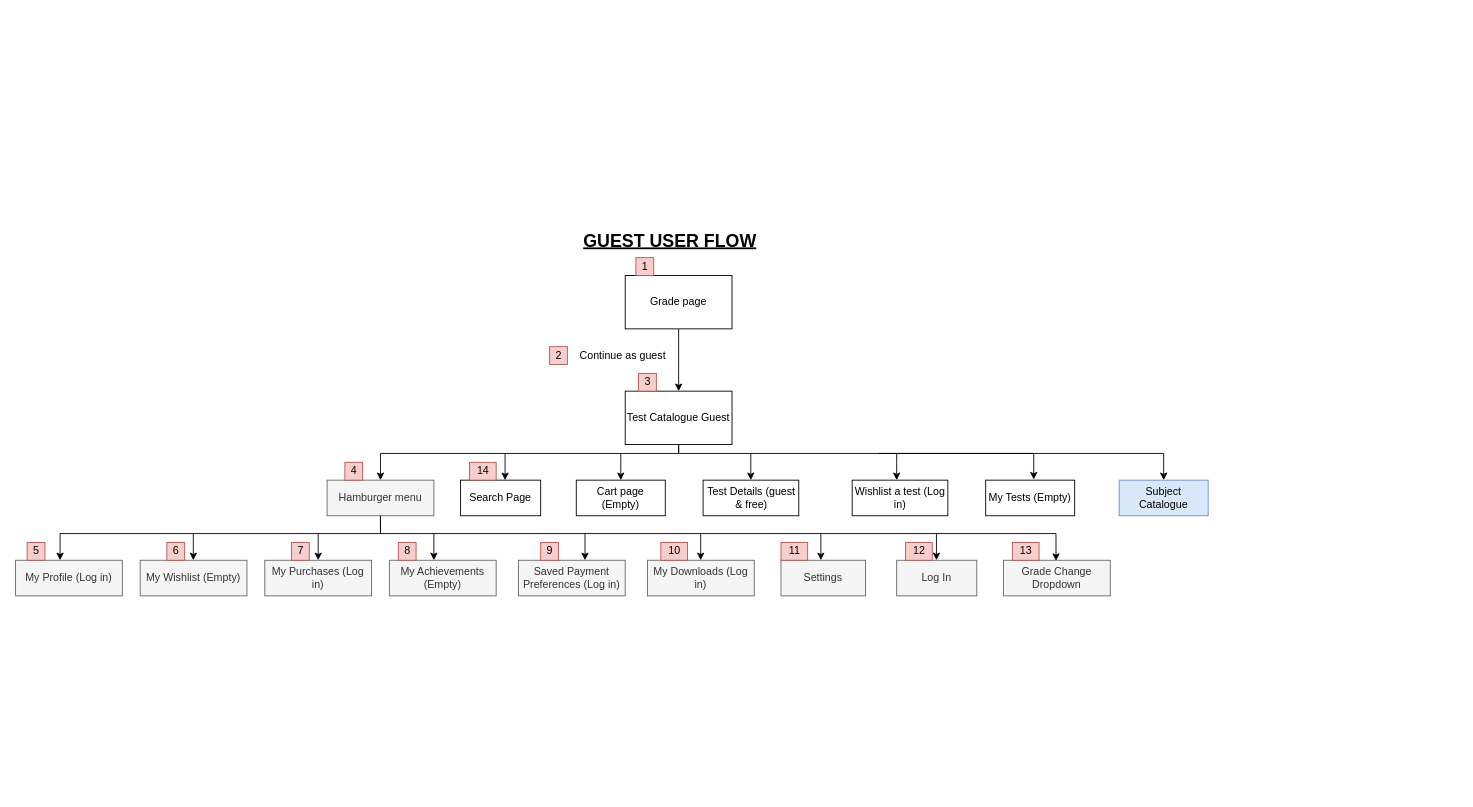
The draw.io diagram Untitled Diagram.drawio in NetraRk/Bookstore-website-html-css, before the edit. Source tidied: cells renumbered, new cells numbered last; positions are measured from the earlier drawing's top-left corner, leaving out a move shared by most shapes. Both pictures are drawn from the tidied source at 89%, with x=0, y=0 at pixel (15, 231).
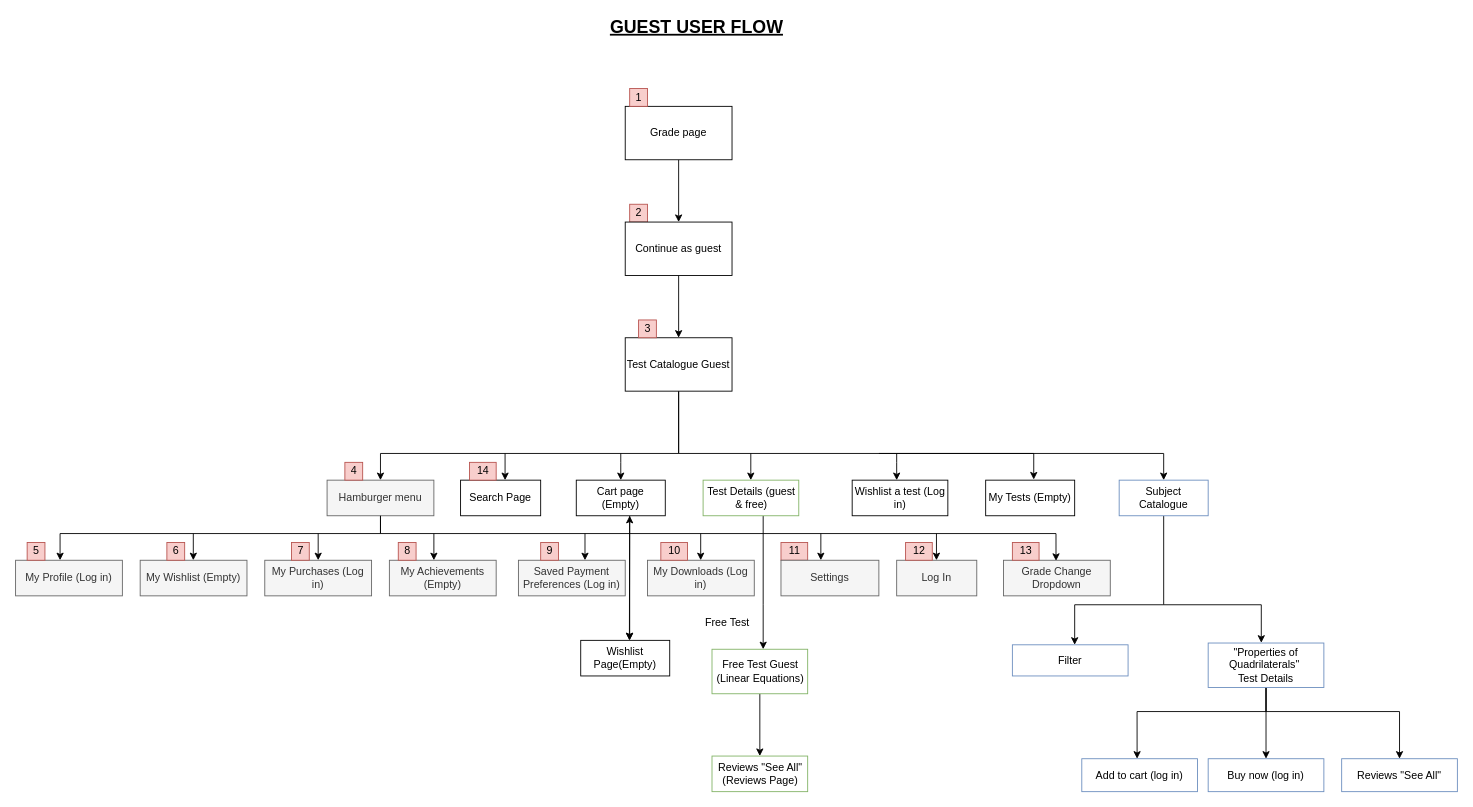
After the change.

Commit message:
Native App

The change refers to these unchanged cells:
```xml
<mxCell id="14" value="Cart page (Empty)" style="rounded=0;whiteSpace=wrap;html=1;" parent="1" vertex="1">
  <mxGeometry x="630" y="280" width="100" height="40" as="geometry" />
</mxCell>
```

Change to the diagram source:
```diff
@@
-    <mxCell id="2" style="edgeStyle=orthogonalEdgeStyle;rounded=0;jettySize=auto;html=1;" parent="1" edge="1" source="3" target="7">
+    <mxCell id="2" style="edgeStyle=orthogonalEdgeStyle;rounded=0;jettySize=auto;html=1;entryX=0.5;entryY=0;entryDx=0;entryDy=0;" parent="1" edge="1" source="3" target="8">
       <mxGeometry relative="1" as="geometry" />
     </mxCell>
     <mxCell id="3" value="Grade page" style="rounded=0;whiteSpace=wrap;html=1;" parent="1" vertex="1">
-      <mxGeometry x="685" y="50" width="120" height="60" as="geometry" />
+      <mxGeometry x="685" y="-140" width="120" height="60" as="geometry" />
     </mxCell>
     <mxCell id="4" value="&lt;font style=&quot;font-size: 20px&quot;&gt;&lt;b&gt;&lt;u&gt;GUEST USER FLOW&lt;/u&gt;&lt;/b&gt;&lt;/font&gt;" style="text;html=1;align=center;verticalAlign=middle;strokeColor=none;" parent="1" vertex="1">
-      <mxGeometry x="630" width="210" height="20" as="geometry" />
+      <mxGeometry x="660" y="-240" width="210" height="20" as="geometry" />
     </mxCell>
@@
     <mxCell id="7" value="Test Catalogue Guest" style="rounded=0;whiteSpace=wrap;html=1;" parent="1" vertex="1">
-      <mxGeometry x="685" y="180" width="120" height="60" as="geometry" />
+      <mxGeometry x="685" y="120" width="120" height="60" as="geometry" />
     </mxCell>
-    <mxCell id="8" value="Continue as guest" style="text;html=1;strokeColor=none;fillColor=none;align=center;verticalAlign=middle;whiteSpace=wrap;rounded=0;" parent="1" vertex="1">
-      <mxGeometry x="630" y="130" width="105" height="20" as="geometry" />
-    </mxCell>
@@
-    <mxCell id="10" value="Hamburger menu" style="rounded=0;whiteSpace=wrap;html=1;fillColor=#f5f5f5;strokeColor=#666666;fontColor=#333333;" parent="1" vertex="1">
+    <mxCell id="10" value="Hamburger menu" style="rounded=0;whiteSpace=wrap;html=1;strokeColor=#666666;fillColor=#f5f5f5;fontColor=#333333;" parent="1" vertex="1">
       <mxGeometry x="350" y="280" width="120" height="40" as="geometry" />
     </mxCell>
@@
+    <mxCell id="53" style="edgeStyle=orthogonalEdgeStyle;rounded=0;jettySize=auto;html=1;" parent="1" edge="1" source="14">
+      <mxGeometry relative="1" as="geometry">
+        <mxPoint x="690" y="460" as="targetPoint" />
+        <Array as="points">
+          <mxPoint x="690" y="460" />
+          <mxPoint x="690" y="460" />
+        </Array>
+      </mxGeometry>
+    </mxCell>
@@
+    <mxCell id="54" style="edgeStyle=orthogonalEdgeStyle;rounded=0;jettySize=auto;html=1;exitX=0.5;exitY=1;exitDx=0;exitDy=0;" parent="1" edge="1" source="15">
+      <mxGeometry relative="1" as="geometry">
+        <mxPoint x="1190" y="465" as="targetPoint" />
+        <Array as="points">
+          <mxPoint x="1290" y="420" />
+          <mxPoint x="1190" y="420" />
+          <mxPoint x="1190" y="465" />
+        </Array>
+      </mxGeometry>
+    </mxCell>
-    <mxCell id="15" value="Subject Catalogue" style="rounded=0;whiteSpace=wrap;html=1;fillColor=#dae8fc;strokeColor=#6c8ebf;" parent="1" vertex="1">
+    <mxCell id="15" value="Subject Catalogue" style="rounded=0;whiteSpace=wrap;html=1;strokeColor=#6c8ebf;fillColor=#FFFFFF;" parent="1" vertex="1">
       <mxGeometry x="1240" y="280" width="100" height="40" as="geometry" />
     </mxCell>
@@
+    <mxCell id="55" style="edgeStyle=orthogonalEdgeStyle;rounded=0;jettySize=auto;html=1;" parent="1" edge="1" source="19">
+      <mxGeometry relative="1" as="geometry">
+        <mxPoint x="840" y="470" as="targetPoint" />
+        <Array as="points">
+          <mxPoint x="840" y="420" />
+          <mxPoint x="840" y="420" />
+        </Array>
+      </mxGeometry>
+    </mxCell>
-    <mxCell id="19" value="Test Details (guest &amp;amp; free)" style="rounded=0;whiteSpace=wrap;html=1;" parent="1" vertex="1">
+    <mxCell id="19" value="Test Details (guest &amp;amp; free)" style="rounded=0;whiteSpace=wrap;html=1;strokeColor=#82b366;fillColor=#FFFFFF;" parent="1" vertex="1">
       <mxGeometry x="772.5" y="280" width="107.5" height="40" as="geometry" />
     </mxCell>
@@
-    <mxCell id="28" value="Settings" style="rounded=0;whiteSpace=wrap;html=1;fillColor=#f5f5f5;strokeColor=#666666;fontColor=#333333;" parent="1" vertex="1">
-      <mxGeometry x="860" y="370" width="95" height="40" as="geometry" />
-    </mxCell>
@@
     <mxCell id="39" value="1" style="text;html=1;align=center;verticalAlign=middle;strokeColor=#b85450;fillColor=#f8cecc;" parent="1" vertex="1">
-      <mxGeometry x="697" y="30" width="20" height="20" as="geometry" />
+      <mxGeometry x="690" y="-160" width="20" height="20" as="geometry" />
     </mxCell>
     <mxCell id="40" value="2" style="text;html=1;align=center;verticalAlign=middle;strokeColor=#b85450;fillColor=#f8cecc;" parent="1" vertex="1">
-      <mxGeometry x="600" y="130" width="20" height="20" as="geometry" />
+      <mxGeometry x="690" y="-30" width="20" height="20" as="geometry" />
     </mxCell>
     <mxCell id="41" value="3" style="text;html=1;align=center;verticalAlign=middle;strokeColor=#b85450;fillColor=#f8cecc;" parent="1" vertex="1">
-      <mxGeometry x="700" y="160" width="20" height="20" as="geometry" />
+      <mxGeometry x="700" y="100" width="20" height="20" as="geometry" />
     </mxCell>
@@
+    <mxCell id="56" style="edgeStyle=orthogonalEdgeStyle;rounded=0;jettySize=auto;html=1;" parent="1" edge="1" source="57" target="68">
+      <mxGeometry relative="1" as="geometry" />
+    </mxCell>
+    <mxCell id="57" value="Free Test Guest (Linear Equations)" style="rounded=0;whiteSpace=wrap;html=1;strokeColor=#82b366;fillColor=#FFFFFF;" parent="1" vertex="1">
+      <mxGeometry x="782.5" y="470" width="107.5" height="50" as="geometry" />
+    </mxCell>
+    <mxCell id="58" value="Free Test" style="text;html=1;strokeColor=none;fillColor=none;align=center;verticalAlign=middle;whiteSpace=wrap;rounded=0;" parent="1" vertex="1">
+      <mxGeometry x="770" y="430" width="60" height="20" as="geometry" />
+    </mxCell>
+    <mxCell id="59" value="Filter" style="rounded=0;whiteSpace=wrap;html=1;strokeColor=#6c8ebf;fillColor=#FFFFFF;" parent="1" vertex="1">
+      <mxGeometry x="1120" y="465" width="130" height="35" as="geometry" />
+    </mxCell>
+    <mxCell id="60" style="edgeStyle=orthogonalEdgeStyle;rounded=0;jettySize=auto;html=1;entryX=0.459;entryY=-0.005;entryDx=0;entryDy=0;entryPerimeter=0;" parent="1" edge="1" target="64">
+      <mxGeometry relative="1" as="geometry">
+        <mxPoint x="1290" y="420" as="sourcePoint" />
+        <Array as="points">
+          <mxPoint x="1400" y="420" />
+        </Array>
+      </mxGeometry>
+    </mxCell>
+    <mxCell id="61" style="edgeStyle=orthogonalEdgeStyle;rounded=0;jettySize=auto;html=1;" parent="1" edge="1" source="64" target="65">
+      <mxGeometry relative="1" as="geometry" />
+    </mxCell>
+    <mxCell id="62" style="edgeStyle=orthogonalEdgeStyle;rounded=0;jettySize=auto;html=1;entryX=0.478;entryY=0;entryDx=0;entryDy=0;entryPerimeter=0;" parent="1" edge="1" source="64" target="67">
+      <mxGeometry relative="1" as="geometry">
+        <Array as="points">
+          <mxPoint x="1405" y="540" />
+          <mxPoint x="1260" y="540" />
+        </Array>
+      </mxGeometry>
+    </mxCell>
+    <mxCell id="63" style="edgeStyle=orthogonalEdgeStyle;rounded=0;jettySize=auto;html=1;" parent="1" edge="1" source="64" target="66">
+      <mxGeometry relative="1" as="geometry">
+        <Array as="points">
+          <mxPoint x="1405" y="540" />
+          <mxPoint x="1555" y="540" />
+        </Array>
+      </mxGeometry>
+    </mxCell>
+    <mxCell id="64" value="&quot;Properties of Quadrilaterals&quot;&amp;nbsp;&lt;br&gt;Test Details" style="rounded=0;whiteSpace=wrap;html=1;strokeColor=#6c8ebf;fillColor=#FFFFFF;" parent="1" vertex="1">
+      <mxGeometry x="1340" y="463" width="130" height="50" as="geometry" />
+    </mxCell>
+    <mxCell id="28" value="Settings" style="rounded=0;whiteSpace=wrap;html=1;fillColor=#f5f5f5;strokeColor=#666666;fontColor=#333333;" parent="1" vertex="1">
+      <mxGeometry x="860" y="370" width="110" height="40" as="geometry" />
+    </mxCell>
+    <mxCell id="65" value="Buy now (log in)" style="rounded=0;whiteSpace=wrap;html=1;strokeColor=#6c8ebf;fillColor=#FFFFFF;" parent="1" vertex="1">
+      <mxGeometry x="1340" y="593" width="130" height="37" as="geometry" />
+    </mxCell>
+    <mxCell id="66" value="Reviews &quot;See All&quot;" style="rounded=0;whiteSpace=wrap;html=1;strokeColor=#6c8ebf;fillColor=#FFFFFF;" parent="1" vertex="1">
+      <mxGeometry x="1490" y="593" width="130" height="37" as="geometry" />
+    </mxCell>
+    <mxCell id="67" value="Add to cart (log in)" style="rounded=0;whiteSpace=wrap;html=1;strokeColor=#6c8ebf;fillColor=#FFFFFF;" parent="1" vertex="1">
+      <mxGeometry x="1198" y="593" width="130" height="37" as="geometry" />
+    </mxCell>
+    <mxCell id="68" value="Reviews &quot;See All&quot; (Reviews Page)" style="rounded=0;whiteSpace=wrap;html=1;strokeColor=#82b366;fillColor=#FFFFFF;" parent="1" vertex="1">
+      <mxGeometry x="782.5" y="590" width="107.5" height="40" as="geometry" />
+    </mxCell>
+    <mxCell id="69" value="Wishlist Page(Empty)" style="rounded=0;whiteSpace=wrap;html=1;" parent="1" vertex="1">
+      <mxGeometry x="635" y="460" width="100" height="40" as="geometry" />
+    </mxCell>
+    <mxCell id="70" style="endArrow=classic;startArrow=classic;html=1;shadow=0;exitX=0.547;exitY=0.001;exitDx=0;exitDy=0;exitPerimeter=0;" parent="1" edge="1" source="69">
+      <mxGeometry relative="1" as="geometry">
+        <mxPoint x="690" y="320" as="targetPoint" />
+      </mxGeometry>
+    </mxCell>
+    <mxCell id="71" style="edgeStyle=orthogonalEdgeStyle;rounded=0;jettySize=auto;html=1;shadow=0;entryX=0.5;entryY=0;entryDx=0;entryDy=0;" parent="1" edge="1" source="8" target="7">
+      <mxGeometry relative="1" as="geometry" />
+    </mxCell>
+    <mxCell id="8" value="Continue as guest" style="rounded=0;whiteSpace=wrap;html=1;" parent="1" vertex="1">
+      <mxGeometry x="685" y="-10" width="120" height="60" as="geometry" />
+    </mxCell>
```
